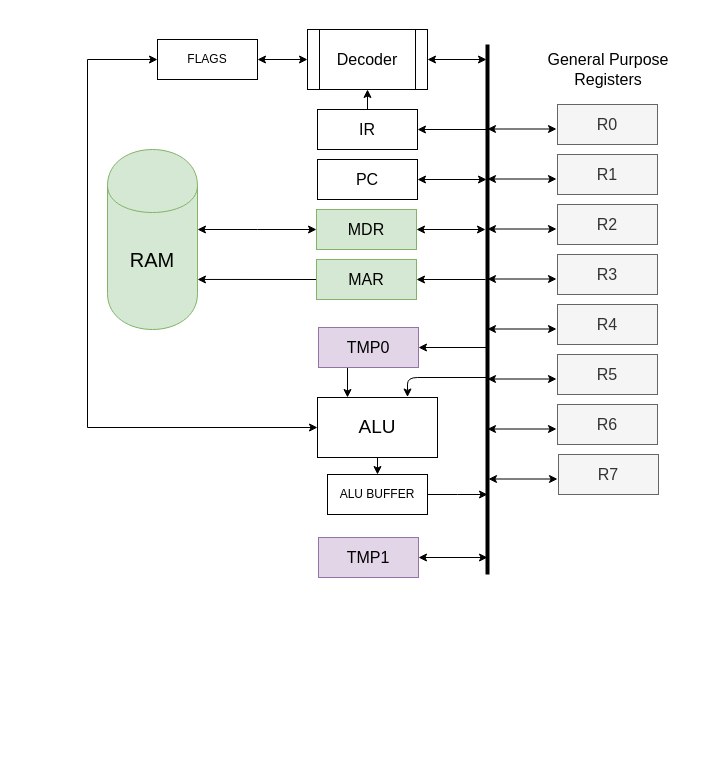
Before: docs/scheme.drawio in DarkGeekMS/simple-pdp11, a draw.io diagram. Source tidied: cells renumbered, new cells numbered last; positions are measured from the earlier drawing's top-left corner, leaving out a move shared by most shapes. Both pictures are drawn from the tidied source at 100%, with x=0, y=0 at pixel (87, 29).
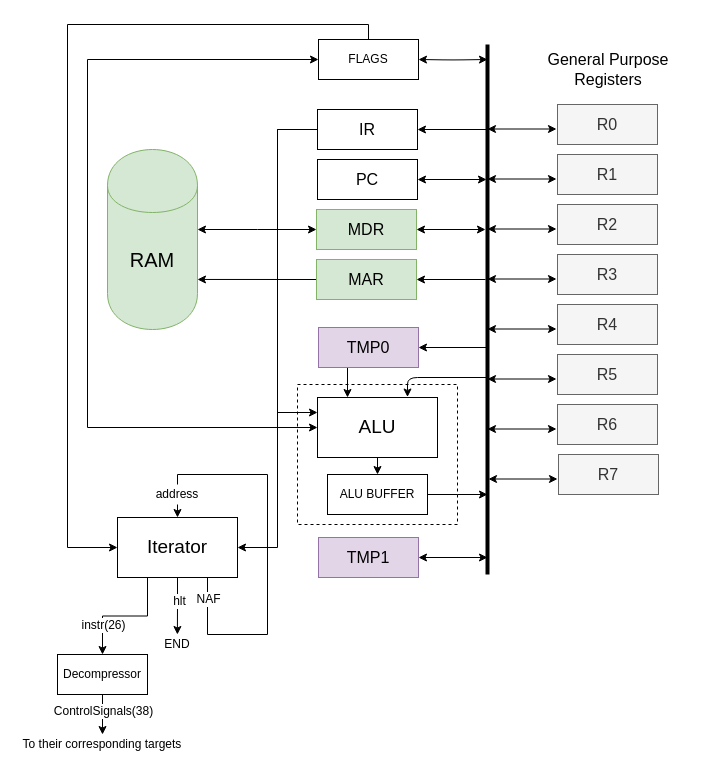
The same diagram, later.

Unchanged cells that the change refers to:
```xml
<mxCell id="5" value="&lt;font style=&quot;font-size: 19px&quot;&gt;ALU&lt;/font&gt;" style="rounded=0;whiteSpace=wrap;html=1;" parent="1" vertex="1">
  <mxGeometry x="230" y="368" width="120" height="60" as="geometry" />
</mxCell>
<mxCell id="36" value="&lt;font style=&quot;font-size: 16px&quot;&gt;IR&lt;br&gt;&lt;/font&gt;" style="rounded=0;whiteSpace=wrap;html=1;" parent="1" vertex="1">
  <mxGeometry x="230" y="80" width="100" height="40" as="geometry" />
</mxCell>
```

The edit, as a diff of the source:
```diff
@@
+    <mxCell id="47" style="rounded=0;whiteSpace=wrap;html=1;fillColor=#ffffff;dashed=1;glass=0;" parent="1" vertex="1">
+      <mxGeometry x="210" y="355" width="160" height="140" as="geometry" />
+    </mxCell>
@@
-    <mxCell id="35" style="edgeStyle=orthogonalEdgeStyle;rounded=0;jettySize=auto;html=1;exitX=0.5;exitY=0;exitDx=0;exitDy=0;entryX=0.5;entryY=1;entryDx=0;entryDy=0;endArrow=classic;endFill=1;strokeWidth=1;" parent="1" edge="1" source="36" target="40">
-      <mxGeometry relative="1" as="geometry" />
-    </mxCell>
+    <mxCell id="48" style="edgeStyle=orthogonalEdgeStyle;rounded=0;jettySize=auto;html=1;exitX=0;exitY=0.5;exitDx=0;exitDy=0;entryX=0;entryY=0.25;entryDx=0;entryDy=0;" parent="1" edge="1" source="36" target="5">
+      <mxGeometry relative="1" as="geometry">
+        <Array as="points">
+          <mxPoint x="190" y="100" />
+          <mxPoint x="190" y="383" />
+        </Array>
+      </mxGeometry>
+    </mxCell>
+    <mxCell id="49" style="edgeStyle=orthogonalEdgeStyle;rounded=0;jettySize=auto;html=1;entryX=1;entryY=0.5;entryDx=0;entryDy=0;" parent="1" edge="1" source="36" target="57">
+      <mxGeometry relative="1" as="geometry" />
+    </mxCell>
@@
-    <mxCell id="38" style="edgeStyle=orthogonalEdgeStyle;rounded=0;jettySize=auto;html=1;startArrow=classic;startFill=1;endArrow=classic;endFill=1;strokeWidth=1;" parent="1" edge="1" source="40">
-      <mxGeometry relative="1" as="geometry">
-        <mxPoint x="399" y="30" as="targetPoint" />
-      </mxGeometry>
-    </mxCell>
-    <mxCell id="39" style="edgeStyle=orthogonalEdgeStyle;rounded=1;jettySize=auto;html=1;exitX=0;exitY=0.5;exitDx=0;exitDy=0;entryX=1;entryY=0.5;entryDx=0;entryDy=0;startArrow=classic;startFill=1;endArrow=classic;endFill=1;strokeColor=#000000;strokeWidth=1;" parent="1" edge="1" source="40" target="46">
-      <mxGeometry relative="1" as="geometry" />
+    <mxCell id="39" style="edgeStyle=orthogonalEdgeStyle;rounded=1;jettySize=auto;html=1;entryX=1;entryY=0.5;entryDx=0;entryDy=0;startArrow=classic;startFill=1;endArrow=classic;endFill=1;strokeColor=#000000;strokeWidth=1;" parent="1" edge="1" target="46">
+      <mxGeometry relative="1" as="geometry">
+        <mxPoint x="400" y="30" as="sourcePoint" />
+      </mxGeometry>
     </mxCell>
-    <mxCell id="40" value="&lt;font style=&quot;font-size: 16px&quot;&gt;Decoder&lt;/font&gt;" style="shape=process;whiteSpace=wrap;html=1;backgroundOutline=1;rounded=0;shadow=0;glass=0;comic=0;strokeColor=#000000;fillColor=#ffffff;gradientColor=none;" parent="1" vertex="1">
-      <mxGeometry x="220" width="120" height="60" as="geometry" />
-    </mxCell>
@@
+    <mxCell id="50" style="edgeStyle=orthogonalEdgeStyle;rounded=0;jettySize=auto;html=1;entryX=0;entryY=0.5;entryDx=0;entryDy=0;" parent="1" edge="1" source="46" target="57">
+      <mxGeometry relative="1" as="geometry">
+        <Array as="points">
+          <mxPoint x="281" y="-5" />
+          <mxPoint x="-20" y="-5" />
+          <mxPoint x="-20" y="518" />
+        </Array>
+      </mxGeometry>
+    </mxCell>
     <mxCell id="46" value="FLAGS" style="rounded=0;whiteSpace=wrap;html=1;" parent="1" vertex="1">
-      <mxGeometry x="70" y="10" width="100" height="40" as="geometry" />
+      <mxGeometry x="231" y="10" width="100" height="40" as="geometry" />
     </mxCell>
+    <mxCell id="51" style="edgeStyle=orthogonalEdgeStyle;rounded=0;orthogonalLoop=1;jettySize=auto;html=1;exitX=0.75;exitY=1;exitDx=0;exitDy=0;entryX=0.5;entryY=0;entryDx=0;entryDy=0;" parent="1" edge="1" source="57" target="57">
+      <mxGeometry relative="1" as="geometry">
+        <Array as="points">
+          <mxPoint x="120" y="605" />
+          <mxPoint x="180" y="605" />
+          <mxPoint x="180" y="445" />
+          <mxPoint x="90" y="445" />
+        </Array>
+      </mxGeometry>
+    </mxCell>
+    <mxCell id="52" value="NAF" style="text;html=1;align=center;verticalAlign=middle;labelBackgroundColor=#ffffff;" parent="51" vertex="1">
+      <mxGeometry y="8" relative="1" as="geometry">
+        <mxPoint x="-52" y="52" as="offset" />
+      </mxGeometry>
+    </mxCell>
+    <mxCell id="53" style="edgeStyle=orthogonalEdgeStyle;rounded=0;jettySize=auto;html=1;exitX=0.5;exitY=1;exitDx=0;exitDy=0;" parent="1" edge="1" source="57" target="63">
+      <mxGeometry relative="1" as="geometry" />
+    </mxCell>
+    <mxCell id="54" value="hlt" style="text;html=1;align=center;verticalAlign=middle;labelBackgroundColor=#ffffff;" parent="53" vertex="1">
+      <mxGeometry x="-0.21" y="1" relative="1" as="geometry" />
+    </mxCell>
+    <mxCell id="55" style="edgeStyle=orthogonalEdgeStyle;rounded=0;jettySize=auto;html=1;exitX=0.25;exitY=1;exitDx=0;exitDy=0;entryX=0.5;entryY=0;entryDx=0;entryDy=0;" parent="1" edge="1" source="57" target="61">
+      <mxGeometry relative="1" as="geometry" />
+    </mxCell>
+    <mxCell id="56" value="instr(26)" style="text;html=1;align=center;verticalAlign=middle;labelBackgroundColor=#ffffff;" parent="55" vertex="1">
+      <mxGeometry x="-0.25" y="-1" relative="1" as="geometry">
+        <mxPoint x="-37.5" y="10" as="offset" />
+      </mxGeometry>
+    </mxCell>
+    <mxCell id="57" value="&lt;font style=&quot;font-size: 19px&quot;&gt;Iterator&lt;/font&gt;" style="rounded=0;whiteSpace=wrap;html=1;" parent="1" vertex="1">
+      <mxGeometry x="30" y="488" width="120" height="60" as="geometry" />
+    </mxCell>
+    <mxCell id="58" value="address" style="text;html=1;strokeColor=none;fillColor=#ffffff;align=center;verticalAlign=middle;whiteSpace=wrap;rounded=0;" parent="1" vertex="1">
+      <mxGeometry x="70" y="455" width="40" height="20" as="geometry" />
+    </mxCell>
+    <mxCell id="59" style="edgeStyle=orthogonalEdgeStyle;rounded=0;jettySize=auto;html=1;endSize=6;entryX=0.5;entryY=0;entryDx=0;entryDy=0;" parent="1" edge="1" source="61" target="62">
+      <mxGeometry relative="1" as="geometry" />
+    </mxCell>
+    <mxCell id="60" value="ControlSignals(38)" style="text;html=1;align=center;verticalAlign=middle;labelBackgroundColor=#ffffff;" parent="59" vertex="1">
+      <mxGeometry x="-0.24" y="-1" relative="1" as="geometry">
+        <mxPoint x="1" y="1" as="offset" />
+      </mxGeometry>
+    </mxCell>
+    <mxCell id="61" value="Decompressor" style="rounded=0;whiteSpace=wrap;html=1;glass=0;fillColor=#ffffff;" parent="1" vertex="1">
+      <mxGeometry x="-30" y="625" width="90" height="40" as="geometry" />
+    </mxCell>
+    <mxCell id="62" value="To their corresponding targets" style="text;html=1;strokeColor=none;fillColor=none;align=center;verticalAlign=middle;whiteSpace=wrap;rounded=0;glass=0;" parent="1" vertex="1">
+      <mxGeometry x="-70" y="705" width="170" height="20" as="geometry" />
+    </mxCell>
+    <mxCell id="63" value="END" style="text;html=1;strokeColor=none;fillColor=none;align=center;verticalAlign=middle;whiteSpace=wrap;rounded=0;" parent="1" vertex="1">
+      <mxGeometry x="69.9" y="605" width="40" height="20" as="geometry" />
+    </mxCell>
```
